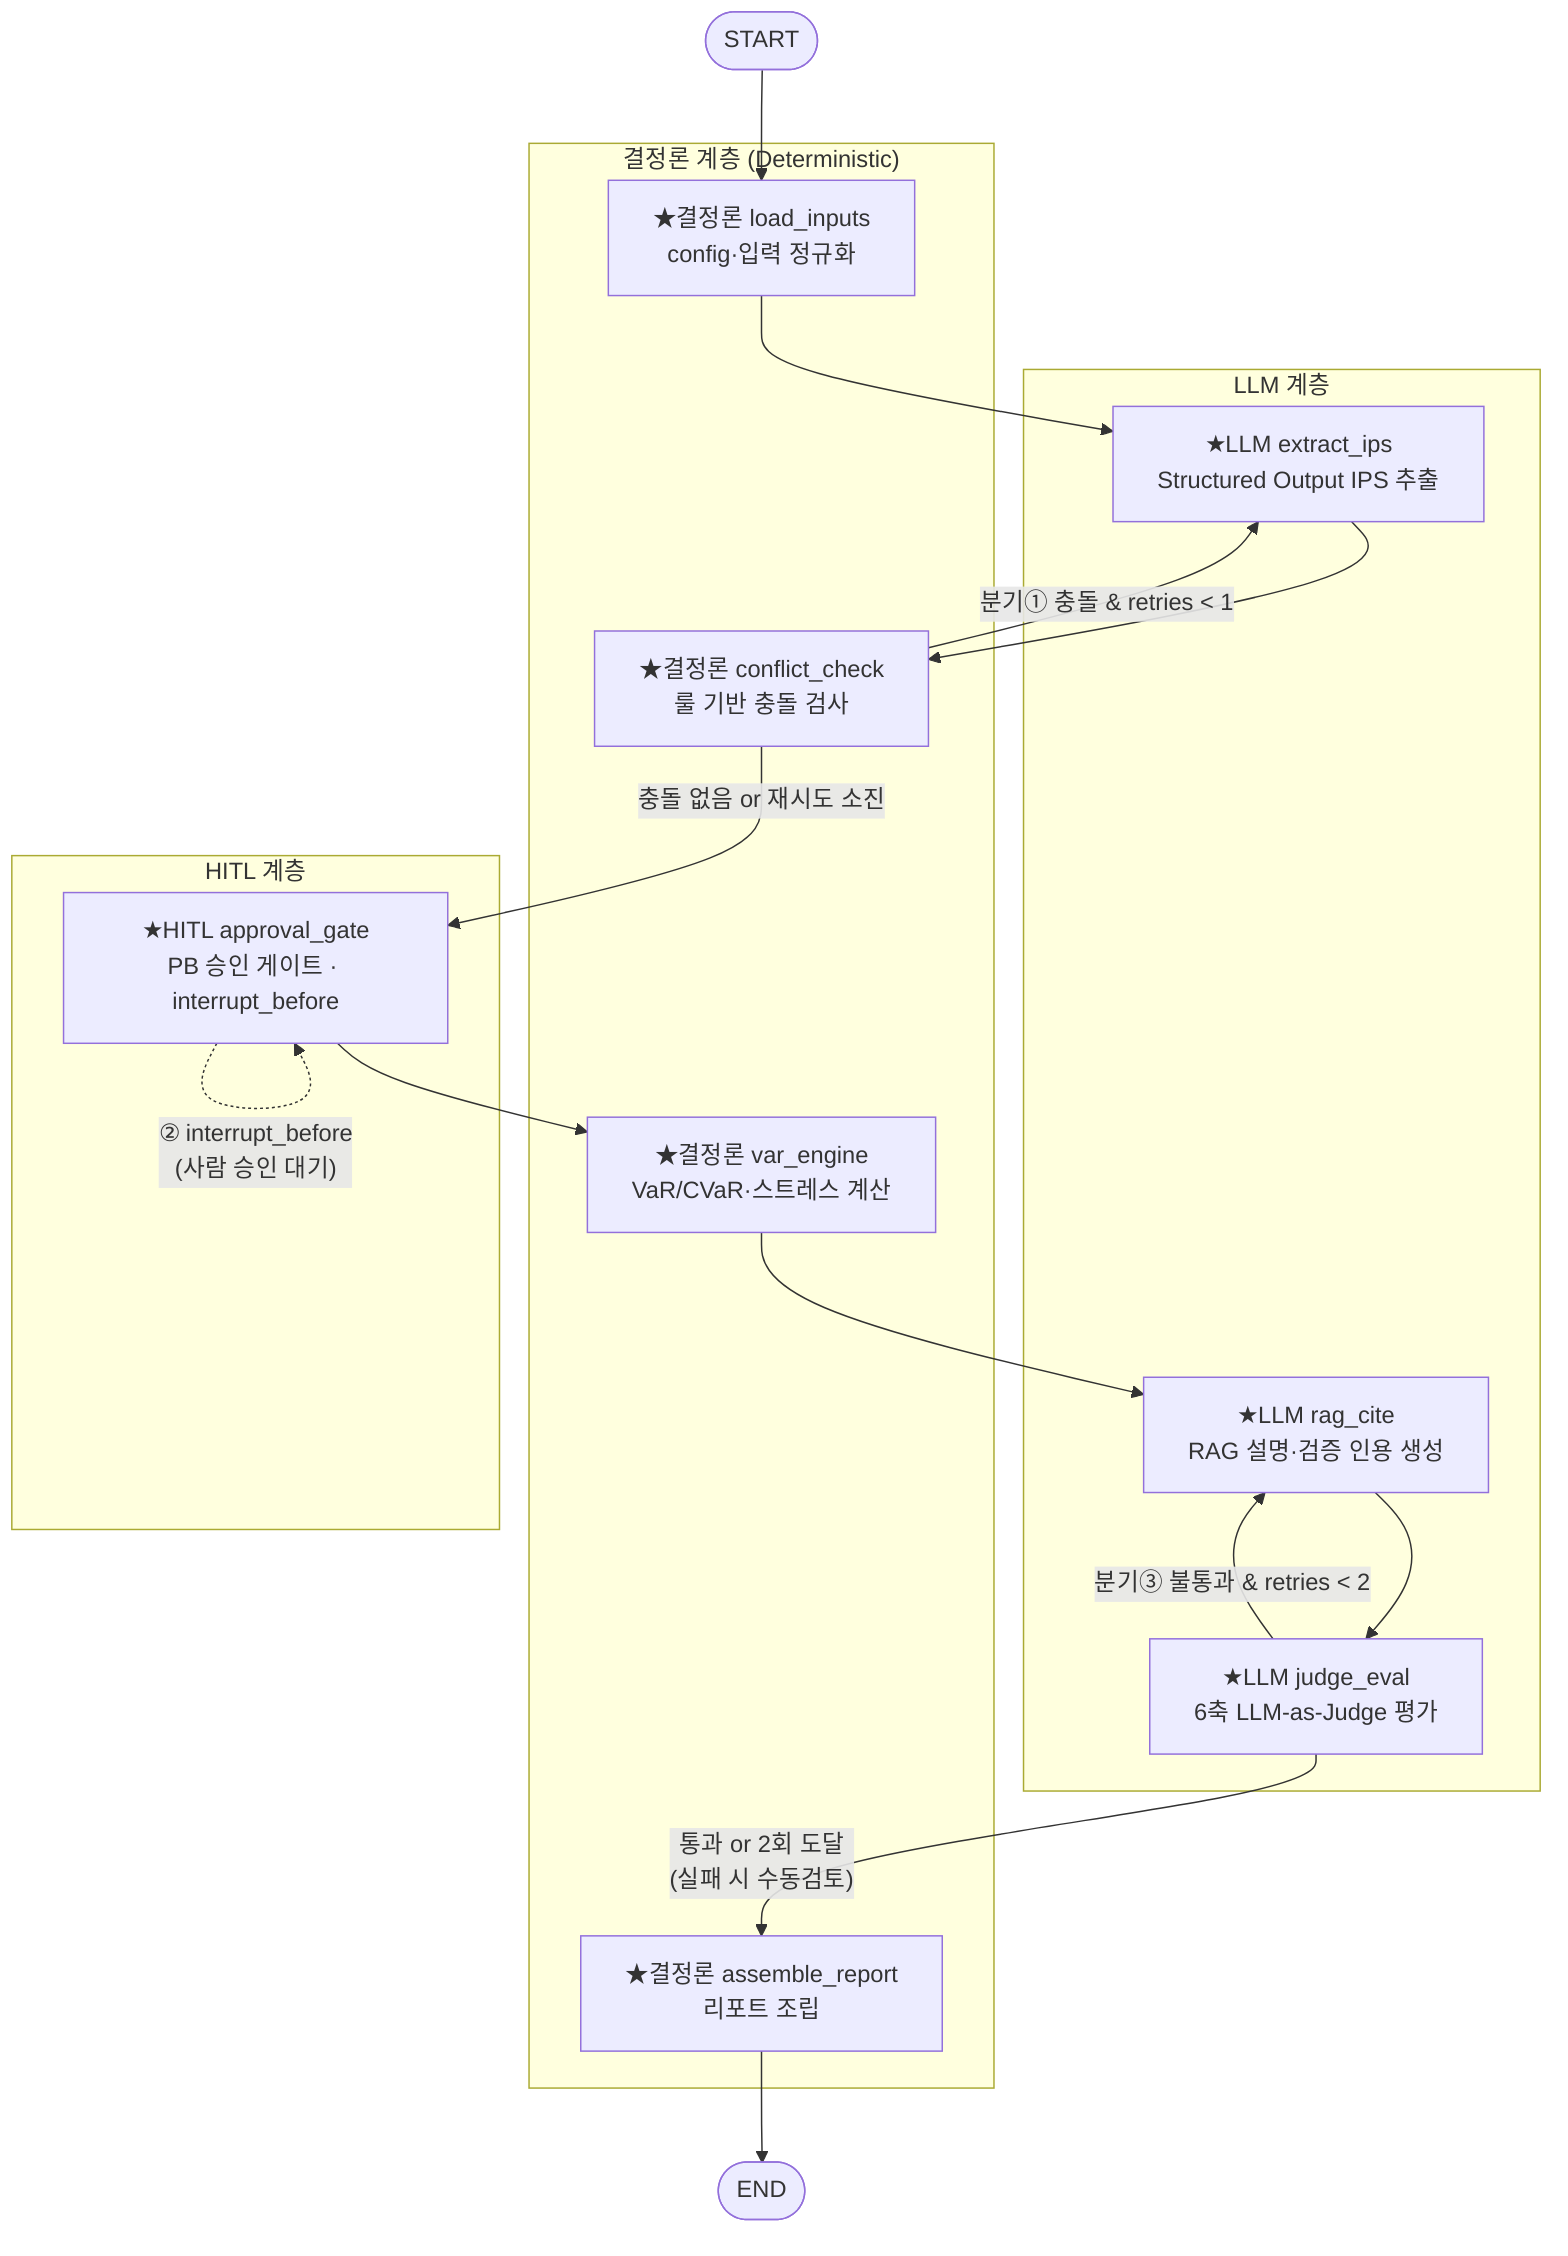
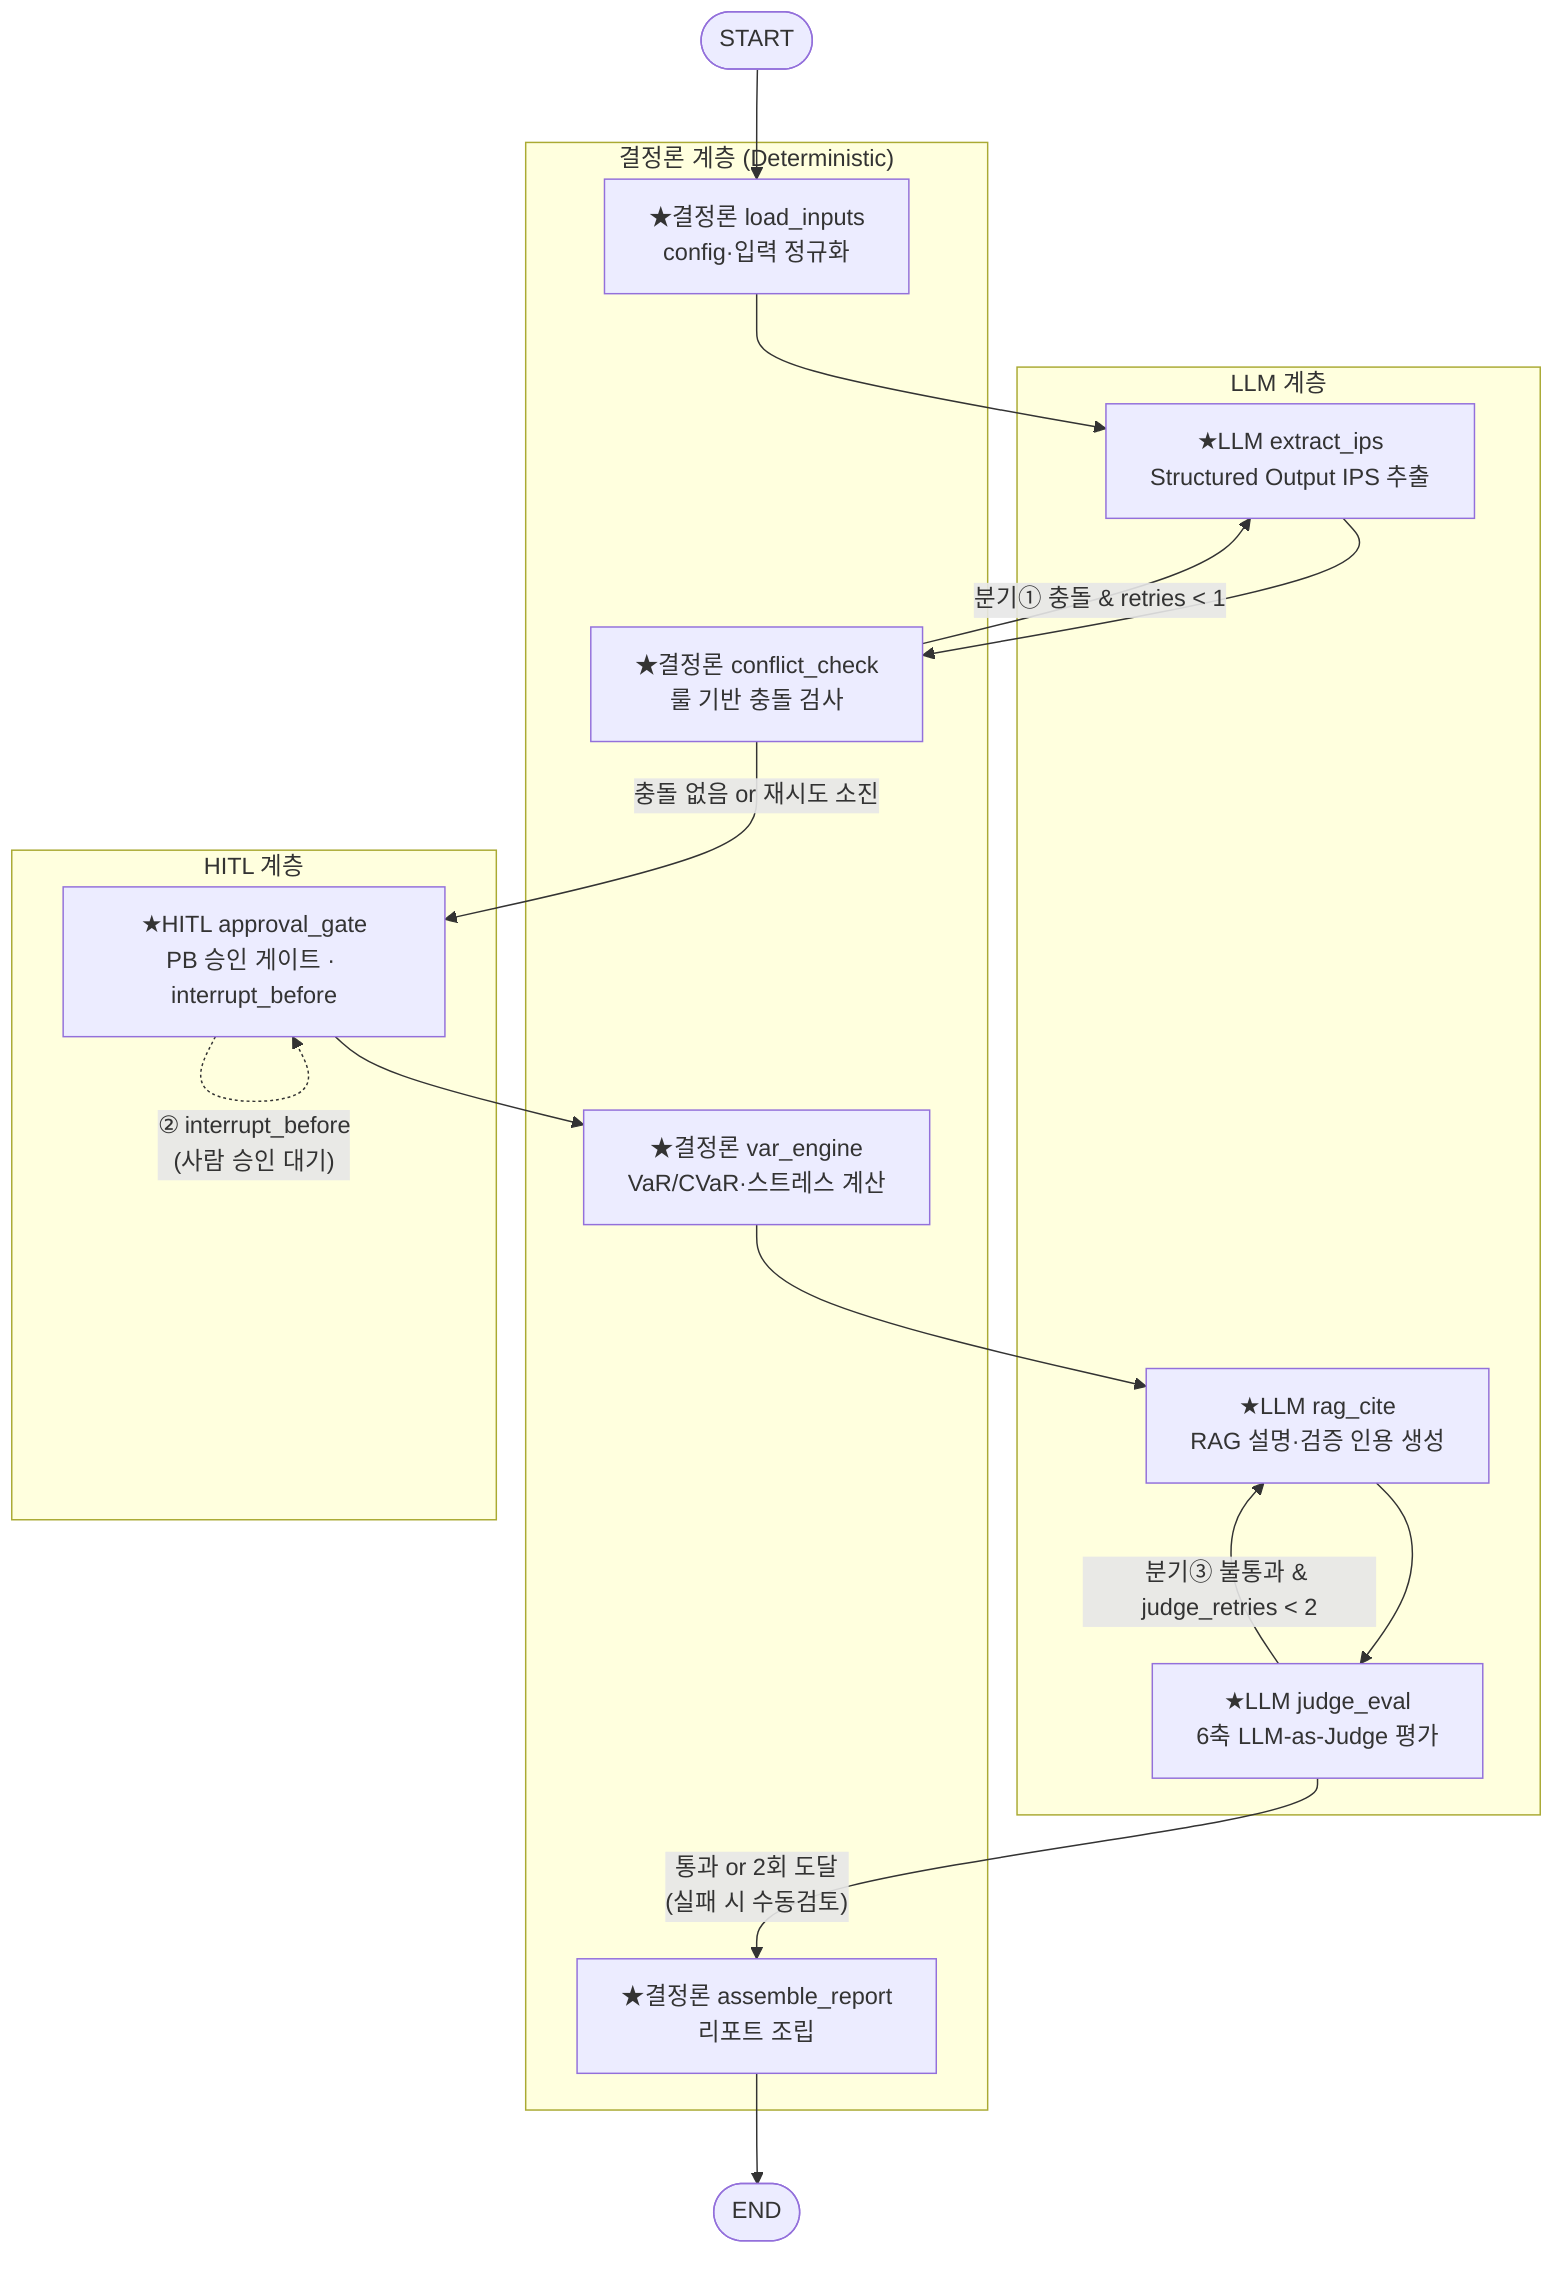
flowchart TD
    START([START]) --> load_inputs

    subgraph DET["결정론 계층 (Deterministic)"]
        load_inputs["★결정론 load_inputs<br/>config·입력 정규화"]
        conflict_check["★결정론 conflict_check<br/>룰 기반 충돌 검사"]
        var_engine["★결정론 var_engine<br/>VaR/CVaR·스트레스 계산"]
        assemble_report["★결정론 assemble_report<br/>리포트 조립"]
    end

    subgraph LLM["LLM 계층"]
        extract_ips["★LLM extract_ips<br/>Structured Output IPS 추출"]
        rag_cite["★LLM rag_cite<br/>RAG 설명·검증 인용 생성"]
        judge_eval["★LLM judge_eval<br/>6축 LLM-as-Judge 평가"]
    end

    subgraph HITL["HITL 계층"]
        approval_gate["★HITL approval_gate<br/>PB 승인 게이트 · interrupt_before"]
    end

    load_inputs --> extract_ips
    extract_ips --> conflict_check
    conflict_check -- "분기① 충돌 & retries < 1" --> extract_ips
    conflict_check -- "충돌 없음 or 재시도 소진" --> approval_gate
    approval_gate -. "② interrupt_before<br/>(사람 승인 대기)" .-> approval_gate
    approval_gate --> var_engine
    var_engine --> rag_cite
    rag_cite --> judge_eval
-     judge_eval -- "분기③ 불통과 & retries < 2" --> rag_cite
+     judge_eval -- "분기③ 불통과 & judge_retries < 2" --> rag_cite
    judge_eval -- "통과 or 2회 도달<br/>(실패 시 수동검토)" --> assemble_report
    assemble_report --> END([END])
